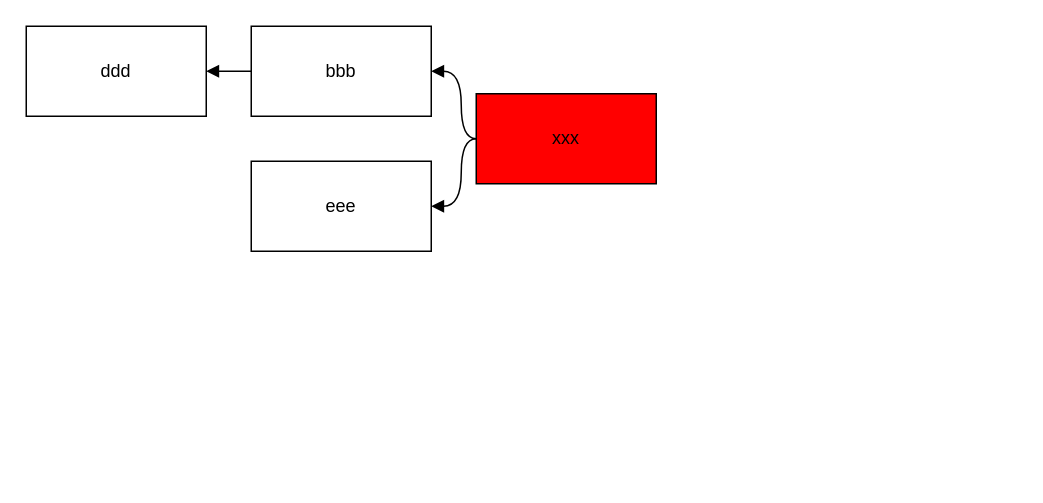
Before: test.drawio in saga/architecture-diagram-studio, a draw.io diagram. Source tidied: cells renumbered, new cells numbered last; positions are measured from the earlier drawing's top-left corner, leaving out a move shared by most shapes. Both pictures are drawn from the tidied source at 150%, with x=0, y=0 at pixel (26, 26).
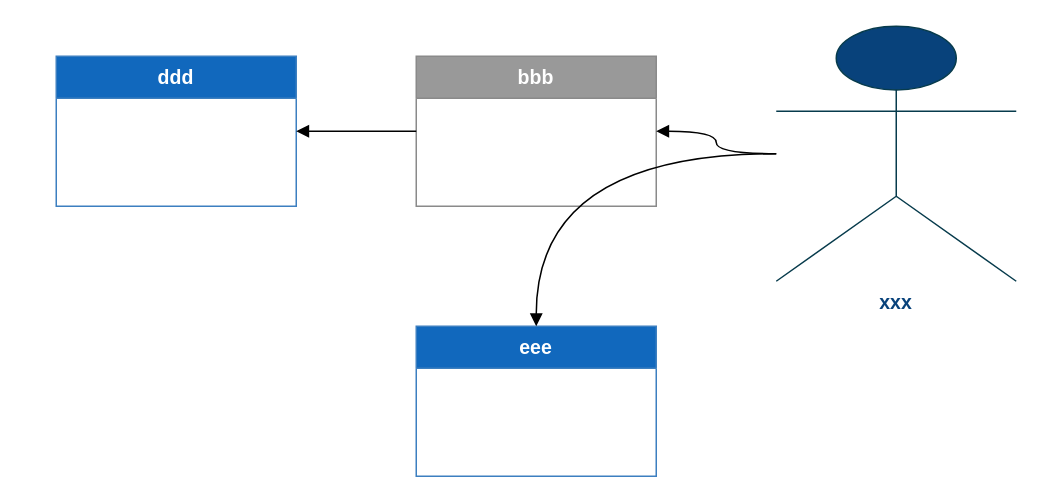
The same page after the edit.

Diff of the diagram source:
```diff
@@
 <mxGraphModel>
   <root>
     <mxCell id="0" />
     <mxCell id="1" parent="0" />
-    <mxCell id="2" value="xxx" style="whiteSpace=wrap;html=1;fillColor=#ff0000;" parent="1" vertex="1">
-      <mxGeometry x="300" y="45" width="120" height="60" as="geometry" />
+    <mxCell id="2" value="xxx" style="shape=umlActor;verticalLabelPosition=bottom;verticalAlign=top;html=1;whiteSpace=wrap;fillColor=#08427B;strokeColor=#073B4C;fontColor=#08427B;fontStyle=1;fontSize=13;" parent="1" vertex="1">
+      <mxGeometry x="500" width="160" height="170" as="geometry" />
     </mxCell>
-    <mxCell id="3" value="bbb" style="rounded=0;whiteSpace=wrap;html=1;" parent="1" vertex="1">
-      <mxGeometry x="150" width="120" height="60" as="geometry" />
+    <mxCell id="3" value="bbb" style="shape=swimlane;startSize=28;whiteSpace=wrap;html=1;fillColor=#999999;strokeColor=#8A8A8A;fontColor=#FFFFFF;fontStyle=1;fontSize=13;align=center;verticalAlign=middle;" parent="1" vertex="1">
+      <mxGeometry x="260" y="20" width="160" height="100" as="geometry" />
     </mxCell>
-    <mxCell id="4" style="rounded=0;jettySize=auto;html=1;endArrow=block;endFill=1;curved=1;exitX=0;exitY=0.5;entryX=1;entryY=0.5;edgeStyle=orthogonalEdgeStyle;" parent="1" edge="1" source="2" target="3">
-      <mxGeometry relative="1" as="geometry">
-        <Array as="points">
-          <mxPoint x="290" y="75" />
-          <mxPoint x="290" y="30" />
-        </Array>
-      </mxGeometry>
+    <mxCell id="4" style="rounded=0;jettySize=auto;html=1;endArrow=block;endFill=1;curved=1;edgeStyle=orthogonalEdgeStyle;" parent="1" edge="1" source="2" target="3">
+      <mxGeometry relative="1" as="geometry" />
     </mxCell>
-    <mxCell id="5" value="ddd" style="rounded=0;whiteSpace=wrap;html=1;" parent="1" vertex="1">
-      <mxGeometry width="120" height="60" as="geometry" />
+    <mxCell id="5" value="ddd" style="shape=swimlane;startSize=28;whiteSpace=wrap;html=1;fillColor=#1168BD;strokeColor=#3C7FC0;fontColor=#FFFFFF;fontStyle=1;fontSize=13;align=center;verticalAlign=middle;" parent="1" vertex="1">
+      <mxGeometry x="20" y="20" width="160" height="100" as="geometry" />
     </mxCell>
-    <mxCell id="6" value="eee" style="rounded=0;whiteSpace=wrap;html=1;" parent="1" vertex="1">
-      <mxGeometry x="150" y="90" width="120" height="60" as="geometry" />
+    <mxCell id="6" value="eee" style="shape=swimlane;startSize=28;whiteSpace=wrap;html=1;fillColor=#1168BD;strokeColor=#3C7FC0;fontColor=#FFFFFF;fontStyle=1;fontSize=13;align=center;verticalAlign=middle;" parent="1" vertex="1">
+      <mxGeometry x="260" y="200" width="160" height="100" as="geometry" />
     </mxCell>
-    <mxCell id="7" style="rounded=0;jettySize=auto;html=1;endArrow=block;endFill=1;curved=1;exitX=0;exitY=0.5;entryX=1;entryY=0.5;edgeStyle=orthogonalEdgeStyle;" parent="1" edge="1" source="3" target="5">
-      <mxGeometry relative="1" as="geometry">
-        <Array as="points">
-          <mxPoint x="140" y="30" />
-        </Array>
-      </mxGeometry>
+    <mxCell id="7" style="rounded=0;jettySize=auto;html=1;endArrow=block;endFill=1;curved=1;edgeStyle=orthogonalEdgeStyle;" parent="1" edge="1" source="3" target="5">
+      <mxGeometry relative="1" as="geometry" />
     </mxCell>
-    <mxCell id="8" style="rounded=0;jettySize=auto;html=1;endArrow=block;endFill=1;curved=1;exitX=0;exitY=0.5;entryX=1;entryY=0.5;edgeStyle=orthogonalEdgeStyle;" parent="1" edge="1" source="2" target="6">
-      <mxGeometry relative="1" as="geometry">
-        <Array as="points">
-          <mxPoint x="290" y="75" />
-          <mxPoint x="290" y="120" />
-        </Array>
-      </mxGeometry>
+    <mxCell id="8" style="rounded=0;jettySize=auto;html=1;endArrow=block;endFill=1;curved=1;edgeStyle=orthogonalEdgeStyle;" parent="1" edge="1" source="2" target="6">
+      <mxGeometry relative="1" as="geometry" />
     </mxCell>
   </root>
 </mxGraphModel>
```
